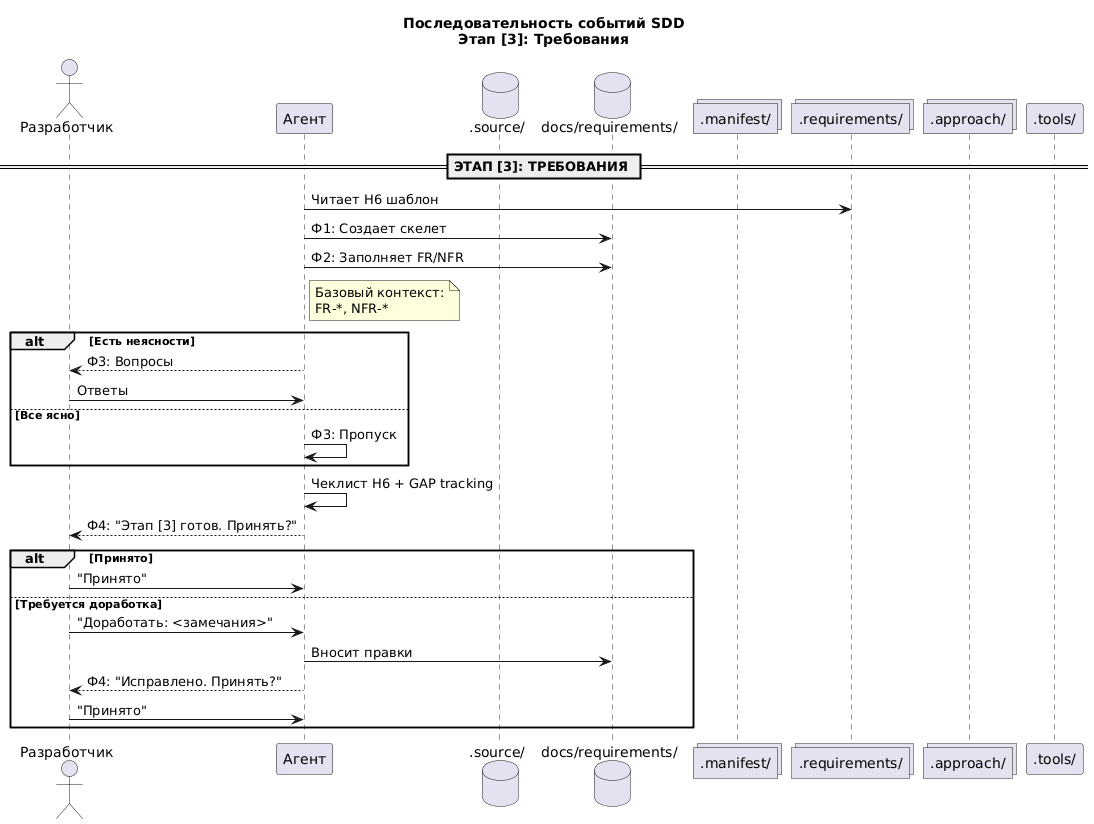
Before: .diagrams/SDD-Sequence-05.png, a diagram exported from PlantUML (Druk83/sdd-template).
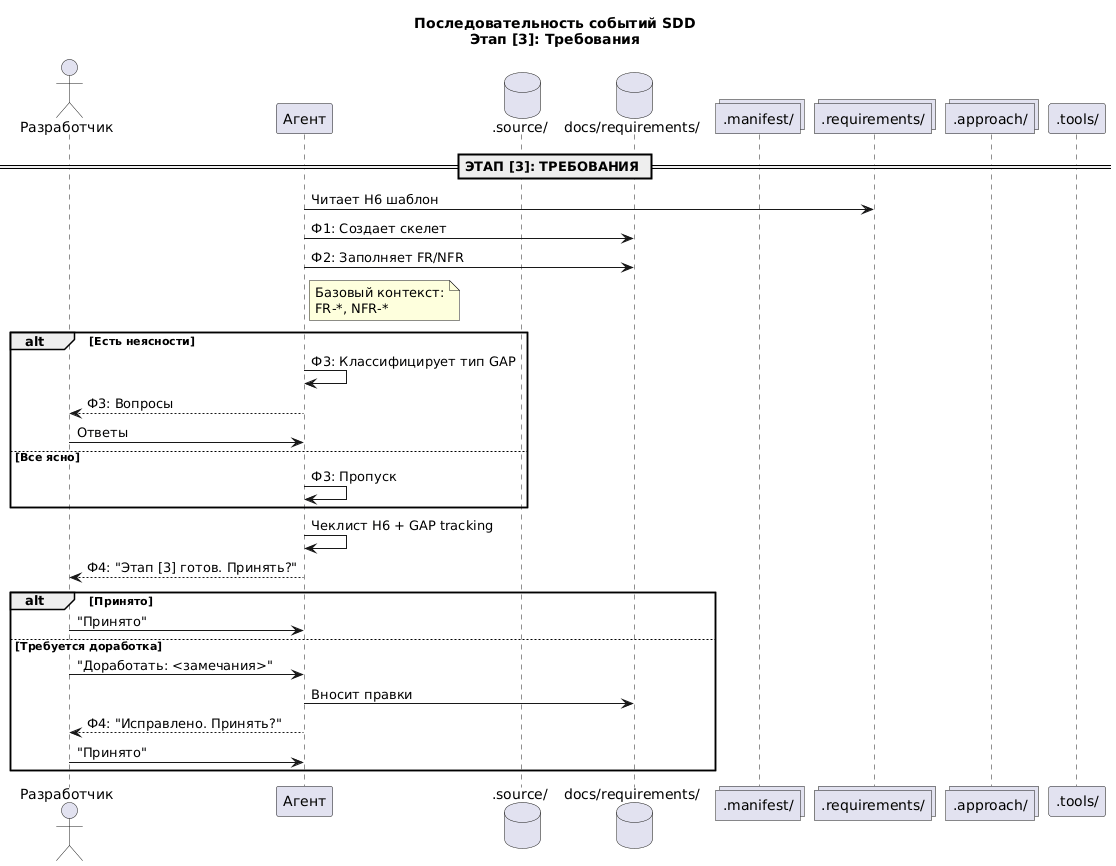
After the commit.

The edit, as a diff of the source:
```diff
@@ -17,6 +17,7 @@
     Agent -> Docs: Ф2: Заполняет FR/NFR
     note right of Agent: Базовый контекст:\nFR-*, NFR-*
     alt Есть неясности
+        Agent -> Agent: Ф3: Классифицирует тип GAP
         Agent --> Dev: Ф3: Вопросы
         Dev -> Agent: Ответы
     else Все ясно
```
